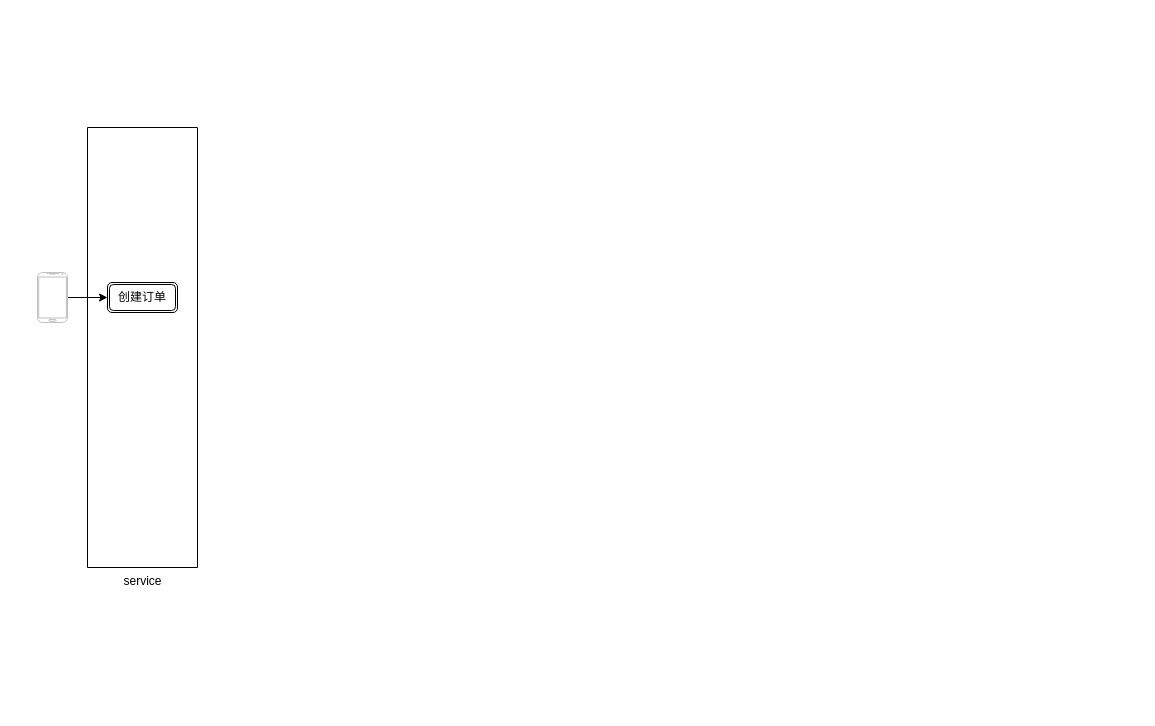
Earlier version of the draw.io diagram Project/yixing2/car/夜间用车.drawio (Xianzhan/amind). Source tidied: cells renumbered, new cells numbered last; positions are measured from the earlier drawing's top-left corner, leaving out a move shared by most shapes. Both pictures are drawn from the tidied source at 100%, with x=0, y=0 at pixel (37, 127).
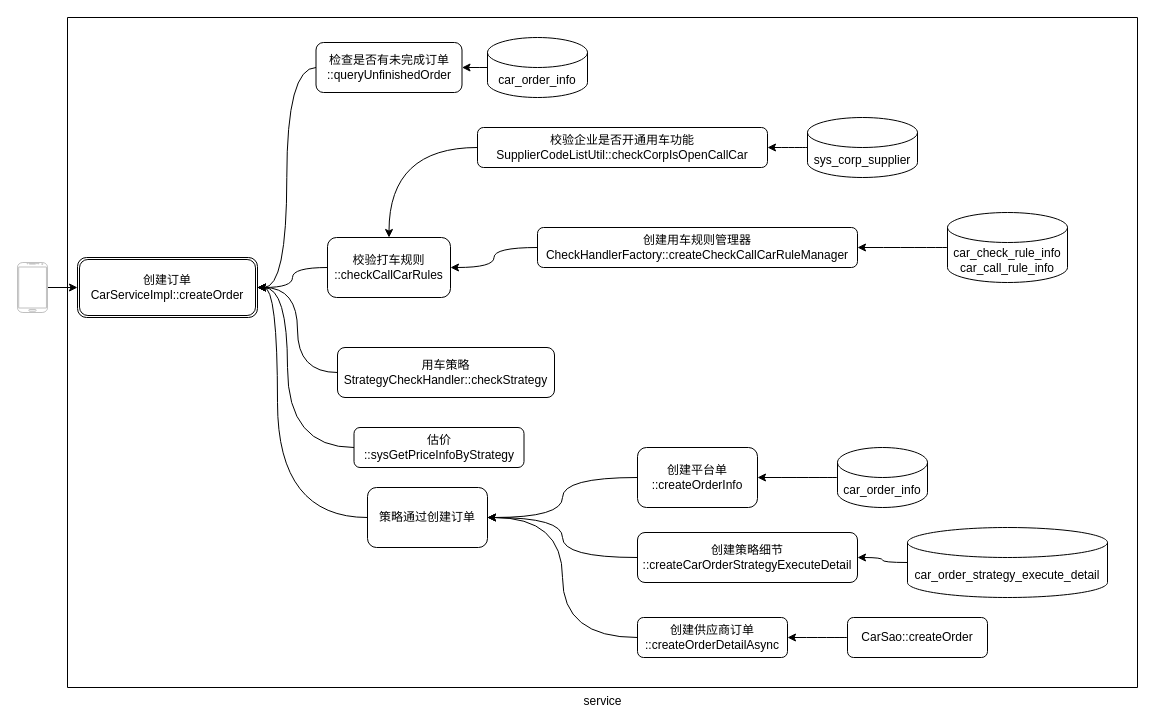
The same page after the edit.

Commit message:
Update 创建订单流程

The edit, as a diff of the source:
```diff
@@
     <mxCell id="2" value="service" style="verticalLabelPosition=bottom;verticalAlign=top;html=1;shape=mxgraph.basic.rect;fillColor2=none;strokeWidth=1;size=20;indent=5;sketch=0;shadow=0;" parent="1" vertex="1">
-      <mxGeometry x="50" width="110" height="440" as="geometry" />
+      <mxGeometry x="30" y="-110" width="1070" height="670" as="geometry" />
     </mxCell>
-    <mxCell id="3" value="创建订单" style="shape=ext;double=1;rounded=1;whiteSpace=wrap;html=1;" parent="1" vertex="1">
-      <mxGeometry x="70" y="155" width="70" height="30" as="geometry" />
+    <mxCell id="3" value="创建订单&lt;br&gt;CarServiceImpl::createOrder" style="shape=ext;double=1;rounded=1;whiteSpace=wrap;html=1;" parent="1" vertex="1">
+      <mxGeometry x="40" y="130" width="180" height="60" as="geometry" />
     </mxCell>
@@
     <mxCell id="5" style="verticalLabelPosition=bottom;verticalAlign=top;html=1;shadow=0;dashed=0;strokeWidth=1;shape=mxgraph.android.phone2;strokeColor=#c0c0c0;" parent="1" vertex="1">
-      <mxGeometry y="145" width="30" height="50" as="geometry" />
+      <mxGeometry x="-20" y="135" width="30" height="50" as="geometry" />
     </mxCell>
+    <mxCell id="6" style="edgeStyle=orthogonalEdgeStyle;rounded=0;jettySize=auto;html=1;entryX=1;entryY=0.5;entryDx=0;entryDy=0;curved=1;" parent="1" edge="1" source="7" target="3">
+      <mxGeometry relative="1" as="geometry" />
+    </mxCell>
+    <mxCell id="7" value="检查是否有未完成订单&lt;br&gt;::queryUnfinishedOrder" style="rounded=1;whiteSpace=wrap;html=1;" parent="1" vertex="1">
+      <mxGeometry x="278.5" y="-85" width="146" height="50" as="geometry" />
+    </mxCell>
+    <mxCell id="8" style="edgeStyle=orthogonalEdgeStyle;curved=1;rounded=0;jettySize=auto;html=1;" parent="1" edge="1" source="9" target="3">
+      <mxGeometry relative="1" as="geometry" />
+    </mxCell>
+    <mxCell id="9" value="校验打车规则&lt;br&gt;::checkCallCarRules" style="rounded=1;whiteSpace=wrap;html=1;" parent="1" vertex="1">
+      <mxGeometry x="290" y="110" width="123" height="60" as="geometry" />
+    </mxCell>
+    <mxCell id="10" style="edgeStyle=orthogonalEdgeStyle;curved=1;rounded=0;jettySize=auto;html=1;" parent="1" edge="1" source="11" target="7">
+      <mxGeometry relative="1" as="geometry" />
+    </mxCell>
+    <mxCell id="11" value="car_order_info" style="shape=cylinder3;whiteSpace=wrap;html=1;boundedLbl=1;backgroundOutline=1;size=15;" parent="1" vertex="1">
+      <mxGeometry x="450" y="-90" width="100" height="60" as="geometry" />
+    </mxCell>
+    <mxCell id="12" style="edgeStyle=orthogonalEdgeStyle;curved=1;rounded=0;jettySize=auto;html=1;" parent="1" edge="1" source="13" target="9">
+      <mxGeometry relative="1" as="geometry" />
+    </mxCell>
+    <mxCell id="13" value="校验企业是否开通用车功能&lt;br&gt;SupplierCodeListUtil::checkCorpIsOpenCallCar" style="rounded=1;whiteSpace=wrap;html=1;" parent="1" vertex="1">
+      <mxGeometry x="440" width="290" height="40" as="geometry" />
+    </mxCell>
+    <mxCell id="14" style="edgeStyle=orthogonalEdgeStyle;curved=1;rounded=0;jettySize=auto;html=1;" parent="1" edge="1" source="15" target="13">
+      <mxGeometry relative="1" as="geometry" />
+    </mxCell>
+    <mxCell id="15" value="sys_corp_supplier" style="shape=cylinder3;whiteSpace=wrap;html=1;boundedLbl=1;backgroundOutline=1;size=15;" parent="1" vertex="1">
+      <mxGeometry x="770" y="-10" width="110" height="60" as="geometry" />
+    </mxCell>
+    <mxCell id="16" style="edgeStyle=orthogonalEdgeStyle;curved=1;rounded=0;jettySize=auto;html=1;" parent="1" edge="1" source="17" target="9">
+      <mxGeometry relative="1" as="geometry" />
+    </mxCell>
+    <mxCell id="17" value="创建用车规则管理器&lt;br&gt;CheckHandlerFactory::createCheckCallCarRuleManager" style="rounded=1;whiteSpace=wrap;html=1;" parent="1" vertex="1">
+      <mxGeometry x="500" y="100" width="320" height="40" as="geometry" />
+    </mxCell>
+    <mxCell id="18" style="edgeStyle=orthogonalEdgeStyle;curved=1;rounded=0;jettySize=auto;html=1;" parent="1" edge="1" source="19" target="17">
+      <mxGeometry relative="1" as="geometry" />
+    </mxCell>
+    <mxCell id="19" value="car_check_rule_info&lt;br&gt;car_call_rule_info" style="shape=cylinder3;whiteSpace=wrap;html=1;boundedLbl=1;backgroundOutline=1;size=15;" parent="1" vertex="1">
+      <mxGeometry x="910" y="85" width="120" height="70" as="geometry" />
+    </mxCell>
+    <mxCell id="20" style="edgeStyle=orthogonalEdgeStyle;curved=1;rounded=0;jettySize=auto;html=1;" parent="1" edge="1" source="21" target="3">
+      <mxGeometry relative="1" as="geometry">
+        <Array as="points">
+          <mxPoint x="260" y="245" />
+          <mxPoint x="260" y="160" />
+        </Array>
+      </mxGeometry>
+    </mxCell>
+    <mxCell id="21" value="用车策略&lt;br&gt;StrategyCheckHandler::checkStrategy" style="rounded=1;whiteSpace=wrap;html=1;" parent="1" vertex="1">
+      <mxGeometry x="300" y="220" width="217" height="50" as="geometry" />
+    </mxCell>
+    <mxCell id="22" style="edgeStyle=orthogonalEdgeStyle;curved=1;rounded=0;jettySize=auto;html=1;entryX=1;entryY=0.5;entryDx=0;entryDy=0;" parent="1" edge="1" source="23" target="3">
+      <mxGeometry relative="1" as="geometry">
+        <Array as="points">
+          <mxPoint x="250" y="320" />
+          <mxPoint x="250" y="160" />
+        </Array>
+      </mxGeometry>
+    </mxCell>
+    <mxCell id="23" value="估价&lt;br&gt;::sysGetPriceInfoByStrategy" style="rounded=1;whiteSpace=wrap;html=1;" parent="1" vertex="1">
+      <mxGeometry x="316.5" y="300" width="170" height="40" as="geometry" />
+    </mxCell>
+    <mxCell id="24" style="edgeStyle=orthogonalEdgeStyle;curved=1;rounded=0;jettySize=auto;html=1;entryX=1;entryY=0.5;entryDx=0;entryDy=0;" parent="1" edge="1" source="25" target="3">
+      <mxGeometry relative="1" as="geometry">
+        <Array as="points">
+          <mxPoint x="240" y="390" />
+          <mxPoint x="240" y="160" />
+        </Array>
+      </mxGeometry>
+    </mxCell>
+    <mxCell id="25" value="策略通过创建订单" style="rounded=1;whiteSpace=wrap;html=1;" parent="1" vertex="1">
+      <mxGeometry x="330" y="360" width="120" height="60" as="geometry" />
+    </mxCell>
+    <mxCell id="26" style="edgeStyle=orthogonalEdgeStyle;curved=1;rounded=0;jettySize=auto;html=1;entryX=1;entryY=0.5;entryDx=0;entryDy=0;" parent="1" edge="1" source="27" target="25">
+      <mxGeometry relative="1" as="geometry" />
+    </mxCell>
+    <mxCell id="27" value="创建平台单&lt;br&gt;::createOrderInfo" style="rounded=1;whiteSpace=wrap;html=1;" parent="1" vertex="1">
+      <mxGeometry x="600" y="320" width="120" height="60" as="geometry" />
+    </mxCell>
+    <mxCell id="28" style="edgeStyle=orthogonalEdgeStyle;curved=1;rounded=0;jettySize=auto;html=1;" parent="1" edge="1" source="29" target="27">
+      <mxGeometry relative="1" as="geometry" />
+    </mxCell>
+    <mxCell id="29" value="car_order_info" style="shape=cylinder3;whiteSpace=wrap;html=1;boundedLbl=1;backgroundOutline=1;size=15;" parent="1" vertex="1">
+      <mxGeometry x="800" y="320" width="90" height="60" as="geometry" />
+    </mxCell>
+    <mxCell id="30" style="edgeStyle=orthogonalEdgeStyle;curved=1;rounded=0;jettySize=auto;html=1;entryX=1;entryY=0.5;entryDx=0;entryDy=0;" parent="1" edge="1" source="31" target="25">
+      <mxGeometry relative="1" as="geometry" />
+    </mxCell>
+    <mxCell id="31" value="创建策略细节&lt;br&gt;::createCarOrderStrategyExecuteDetail" style="rounded=1;whiteSpace=wrap;html=1;" parent="1" vertex="1">
+      <mxGeometry x="600" y="405" width="220" height="50" as="geometry" />
+    </mxCell>
+    <mxCell id="32" style="edgeStyle=orthogonalEdgeStyle;curved=1;rounded=0;jettySize=auto;html=1;" parent="1" edge="1" source="33" target="31">
+      <mxGeometry relative="1" as="geometry" />
+    </mxCell>
+    <mxCell id="33" value="car_order_strategy_execute_detail" style="shape=cylinder3;whiteSpace=wrap;html=1;boundedLbl=1;backgroundOutline=1;size=15;" parent="1" vertex="1">
+      <mxGeometry x="870" y="400" width="200" height="70" as="geometry" />
+    </mxCell>
+    <mxCell id="34" style="edgeStyle=orthogonalEdgeStyle;curved=1;rounded=0;jettySize=auto;html=1;entryX=1;entryY=0.5;entryDx=0;entryDy=0;" parent="1" edge="1" source="35" target="25">
+      <mxGeometry relative="1" as="geometry" />
+    </mxCell>
+    <mxCell id="35" value="创建供应商订单&lt;br&gt;::createOrderDetailAsync" style="rounded=1;whiteSpace=wrap;html=1;" parent="1" vertex="1">
+      <mxGeometry x="600" y="490" width="150" height="40" as="geometry" />
+    </mxCell>
+    <mxCell id="36" style="edgeStyle=orthogonalEdgeStyle;curved=1;rounded=0;jettySize=auto;html=1;" parent="1" edge="1" source="37" target="35">
+      <mxGeometry relative="1" as="geometry" />
+    </mxCell>
+    <mxCell id="37" value="CarSao::createOrder" style="rounded=1;whiteSpace=wrap;html=1;" parent="1" vertex="1">
+      <mxGeometry x="810" y="490" width="140" height="40" as="geometry" />
+    </mxCell>
```
